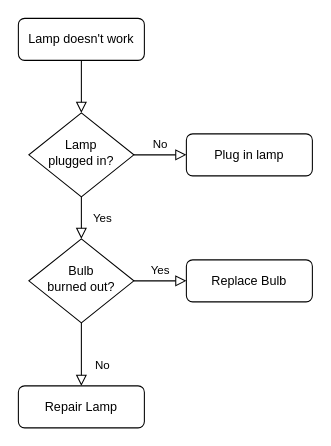
Before: Untitled Diagram.drawio in tonywu8428/pyhospital, a draw.io diagram. Source tidied: cells renumbered, new cells numbered last; positions are measured from the earlier drawing's top-left corner, leaving out a move shared by most shapes. Both pictures are drawn from the tidied source at 105%, with x=0, y=0 at pixel (18, 18).
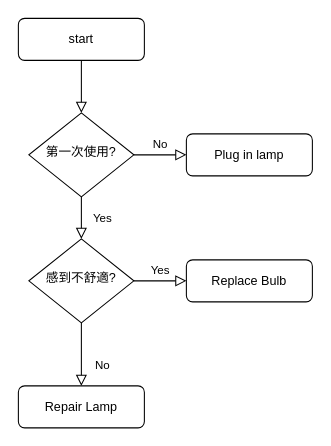
The same diagram, later.

The edit, as a diff of the source:
```diff
@@
 <mxGraphModel>
   <root>
     <mxCell id="0" />
     <mxCell id="1" parent="0" />
     <mxCell id="2" style="rounded=0;html=1;jettySize=auto;fontSize=11;endArrow=block;endFill=0;endSize=8;strokeWidth=1;shadow=0;labelBackgroundColor=none;edgeStyle=orthogonalEdgeStyle;" parent="1" edge="1" source="3" target="6">
       <mxGeometry relative="1" as="geometry" />
     </mxCell>
-    <mxCell id="3" value="Lamp doesn't work" style="rounded=1;whiteSpace=wrap;html=1;fontSize=12;glass=0;strokeWidth=1;shadow=0;" parent="1" vertex="1">
+    <mxCell id="3" value="start&lt;br&gt;" style="rounded=1;whiteSpace=wrap;html=1;fontSize=12;glass=0;strokeWidth=1;shadow=0;" parent="1" vertex="1">
       <mxGeometry width="120" height="40" as="geometry" />
     </mxCell>
     <mxCell id="4" value="Yes" style="rounded=0;html=1;jettySize=auto;fontSize=11;endArrow=block;endFill=0;endSize=8;strokeWidth=1;shadow=0;labelBackgroundColor=none;edgeStyle=orthogonalEdgeStyle;" parent="1" edge="1" source="6" target="10">
       <mxGeometry y="20" relative="1" as="geometry" />
     </mxCell>
     <mxCell id="5" value="No" style="edgeStyle=orthogonalEdgeStyle;rounded=0;html=1;jettySize=auto;fontSize=11;endArrow=block;endFill=0;endSize=8;strokeWidth=1;shadow=0;labelBackgroundColor=none;" parent="1" edge="1" source="6" target="7">
       <mxGeometry y="10" relative="1" as="geometry" />
     </mxCell>
-    <mxCell id="6" value="Lamp&lt;br&gt;plugged in?" style="rhombus;whiteSpace=wrap;html=1;shadow=0;fontFamily=Helvetica;fontSize=12;align=center;strokeWidth=1;spacing=6;spacingTop=-4;" parent="1" vertex="1">
+    <mxCell id="6" value="第一次使用?" style="rhombus;whiteSpace=wrap;html=1;shadow=0;fontFamily=Helvetica;fontSize=12;align=center;strokeWidth=1;spacing=6;spacingTop=-4;" parent="1" vertex="1">
       <mxGeometry x="10" y="90" width="100" height="80" as="geometry" />
     </mxCell>
     <mxCell id="7" value="Plug in lamp" style="rounded=1;whiteSpace=wrap;html=1;fontSize=12;glass=0;strokeWidth=1;shadow=0;" parent="1" vertex="1">
       <mxGeometry x="160" y="110" width="120" height="40" as="geometry" />
     </mxCell>
     <mxCell id="8" value="No" style="rounded=0;html=1;jettySize=auto;fontSize=11;endArrow=block;endFill=0;endSize=8;strokeWidth=1;shadow=0;labelBackgroundColor=none;edgeStyle=orthogonalEdgeStyle;" parent="1" edge="1" source="10" target="11">
       <mxGeometry x="0.33" y="20" relative="1" as="geometry" />
     </mxCell>
     <mxCell id="9" value="Yes" style="edgeStyle=orthogonalEdgeStyle;rounded=0;html=1;jettySize=auto;fontSize=11;endArrow=block;endFill=0;endSize=8;strokeWidth=1;shadow=0;labelBackgroundColor=none;" parent="1" edge="1" source="10" target="12">
       <mxGeometry y="10" relative="1" as="geometry" />
     </mxCell>
-    <mxCell id="10" value="Bulb&lt;br&gt;burned out?" style="rhombus;whiteSpace=wrap;html=1;shadow=0;fontFamily=Helvetica;fontSize=12;align=center;strokeWidth=1;spacing=6;spacingTop=-4;" parent="1" vertex="1">
+    <mxCell id="10" value="感到不舒適?" style="rhombus;whiteSpace=wrap;html=1;shadow=0;fontFamily=Helvetica;fontSize=12;align=center;strokeWidth=1;spacing=6;spacingTop=-4;" parent="1" vertex="1">
       <mxGeometry x="10" y="210" width="100" height="80" as="geometry" />
     </mxCell>
     <mxCell id="11" value="Repair Lamp" style="rounded=1;whiteSpace=wrap;html=1;fontSize=12;glass=0;strokeWidth=1;shadow=0;" parent="1" vertex="1">
       <mxGeometry y="350" width="120" height="40" as="geometry" />
     </mxCell>
     <mxCell id="12" value="Replace Bulb" style="rounded=1;whiteSpace=wrap;html=1;fontSize=12;glass=0;strokeWidth=1;shadow=0;" parent="1" vertex="1">
       <mxGeometry x="160" y="230" width="120" height="40" as="geometry" />
     </mxCell>
   </root>
 </mxGraphModel>
```
